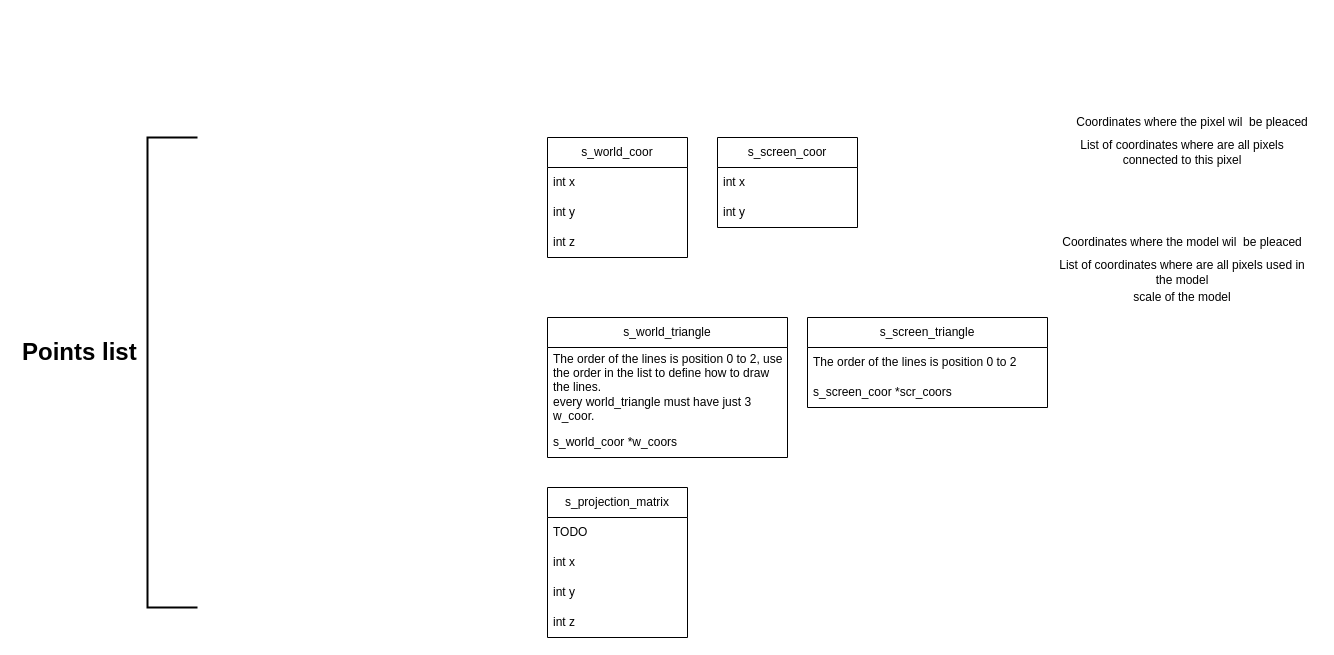
Before: page "data layer" (2 of 4) of Untitled Diagram.drawio in nythocampos/42_code, a draw.io diagram. Source tidied: cells renumbered, new cells numbered last; positions are measured from the earlier drawing's top-left corner, leaving out a move shared by most shapes. Both pictures are drawn from the tidied source at 100%, with x=0, y=0 at pixel (17, 107).
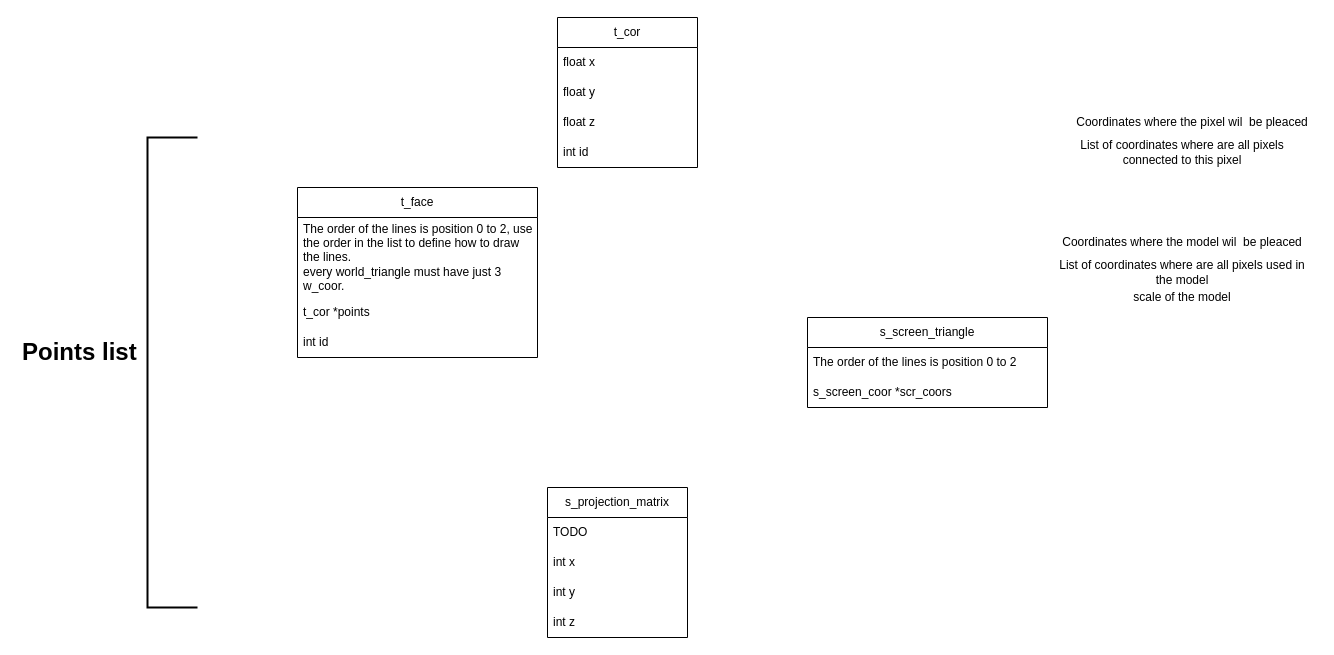
After the change.

What changed in the source:
```diff
@@
-    <mxCell id="4" value="s_world_coor" style="swimlane;fontStyle=0;horizontal=1;startSize=30;whiteSpace=wrap;html=1;" parent="1" vertex="1">
-      <mxGeometry x="530" y="30" width="140" height="120" as="geometry" />
+    <mxCell id="4" value="t_cor" style="swimlane;fontStyle=0;horizontal=1;startSize=30;whiteSpace=wrap;html=1;" parent="1" vertex="1">
+      <mxGeometry x="540" y="-90" width="140" height="150" as="geometry" />
     </mxCell>
-    <mxCell id="5" value="int x" style="text;strokeColor=none;fillColor=none;align=left;verticalAlign=middle;spacingLeft=4;spacingRight=4;overflow=hidden;whiteSpace=wrap;html=1;" parent="4" vertex="1">
+    <mxCell id="5" value="float x" style="text;strokeColor=none;fillColor=none;align=left;verticalAlign=middle;spacingLeft=4;spacingRight=4;overflow=hidden;whiteSpace=wrap;html=1;" parent="4" vertex="1">
       <mxGeometry y="30" width="140" height="30" as="geometry" />
     </mxCell>
-    <mxCell id="6" value="int y" style="text;strokeColor=none;fillColor=none;align=left;verticalAlign=middle;spacingLeft=4;spacingRight=4;overflow=hidden;whiteSpace=wrap;html=1;" parent="4" vertex="1">
+    <mxCell id="6" value="float y" style="text;strokeColor=none;fillColor=none;align=left;verticalAlign=middle;spacingLeft=4;spacingRight=4;overflow=hidden;whiteSpace=wrap;html=1;" parent="4" vertex="1">
       <mxGeometry y="60" width="140" height="30" as="geometry" />
     </mxCell>
-    <mxCell id="7" value="int z" style="text;strokeColor=none;fillColor=none;align=left;verticalAlign=middle;spacingLeft=4;spacingRight=4;overflow=hidden;whiteSpace=wrap;html=1;" parent="4" vertex="1">
+    <mxCell id="7" value="float z" style="text;strokeColor=none;fillColor=none;align=left;verticalAlign=middle;spacingLeft=4;spacingRight=4;overflow=hidden;whiteSpace=wrap;html=1;" parent="4" vertex="1">
       <mxGeometry y="90" width="140" height="30" as="geometry" />
     </mxCell>
+    <mxCell id="27" value="int id" style="text;strokeColor=none;fillColor=none;align=left;verticalAlign=middle;spacingLeft=4;spacingRight=4;overflow=hidden;whiteSpace=wrap;html=1;" parent="4" vertex="1">
+      <mxGeometry y="120" width="140" height="30" as="geometry" />
+    </mxCell>
@@
-    <mxCell id="13" value="s_world_triangle" style="swimlane;fontStyle=0;horizontal=1;startSize=30;whiteSpace=wrap;html=1;" parent="1" vertex="1">
-      <mxGeometry x="530" y="210" width="240" height="140" as="geometry" />
+    <mxCell id="13" value="t_face" style="swimlane;fontStyle=0;horizontal=1;startSize=30;whiteSpace=wrap;html=1;" parent="1" vertex="1">
+      <mxGeometry x="280" y="80" width="240" height="170" as="geometry" />
     </mxCell>
@@
+    <mxCell id="28" value="t_cor *points" style="text;strokeColor=none;fillColor=none;align=left;verticalAlign=middle;spacingLeft=4;spacingRight=4;overflow=hidden;whiteSpace=wrap;html=1;" parent="13" vertex="1">
+      <mxGeometry y="110" width="240" height="30" as="geometry" />
+    </mxCell>
-    <mxCell id="15" value="s_world_coor *w_coors" style="text;strokeColor=none;fillColor=none;align=left;verticalAlign=middle;spacingLeft=4;spacingRight=4;overflow=hidden;whiteSpace=wrap;html=1;" parent="13" vertex="1">
-      <mxGeometry y="110" width="240" height="30" as="geometry" />
+    <mxCell id="15" value="int id" style="text;strokeColor=none;fillColor=none;align=left;verticalAlign=middle;spacingLeft=4;spacingRight=4;overflow=hidden;whiteSpace=wrap;html=1;" parent="13" vertex="1">
+      <mxGeometry y="140" width="240" height="30" as="geometry" />
     </mxCell>
@@
-    <mxCell id="19" value="s_screen_coor" style="swimlane;fontStyle=0;horizontal=1;startSize=30;whiteSpace=wrap;html=1;" parent="1" vertex="1">
-      <mxGeometry x="700" y="30" width="140" height="90" as="geometry" />
-    </mxCell>
-    <mxCell id="20" value="int x" style="text;strokeColor=none;fillColor=none;align=left;verticalAlign=middle;spacingLeft=4;spacingRight=4;overflow=hidden;whiteSpace=wrap;html=1;" parent="19" vertex="1">
-      <mxGeometry y="30" width="140" height="30" as="geometry" />
-    </mxCell>
-    <mxCell id="21" value="int y" style="text;strokeColor=none;fillColor=none;align=left;verticalAlign=middle;spacingLeft=4;spacingRight=4;overflow=hidden;whiteSpace=wrap;html=1;" parent="19" vertex="1">
-      <mxGeometry y="60" width="140" height="30" as="geometry" />
-    </mxCell>
```
